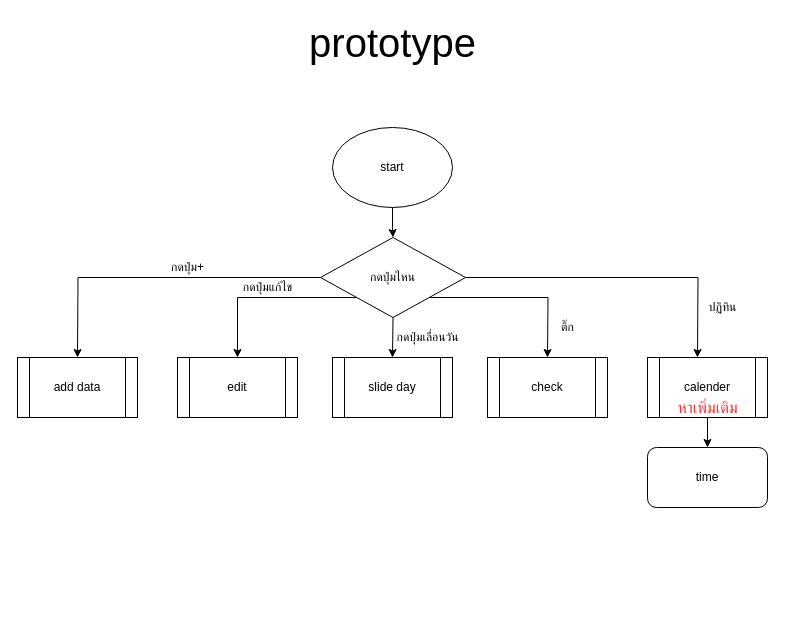
This is page "Main" (1 of 8) of prototype.drawio from Putthima/PSIT_Project_2020, a draw.io file, before an edit. Source tidied: cells renumbered, new cells numbered last; positions are measured from the earlier drawing's top-left corner, leaving out a move shared by most shapes. Both pictures are drawn from the tidied source at 100%, with x=0, y=0 at pixel (17, 17).
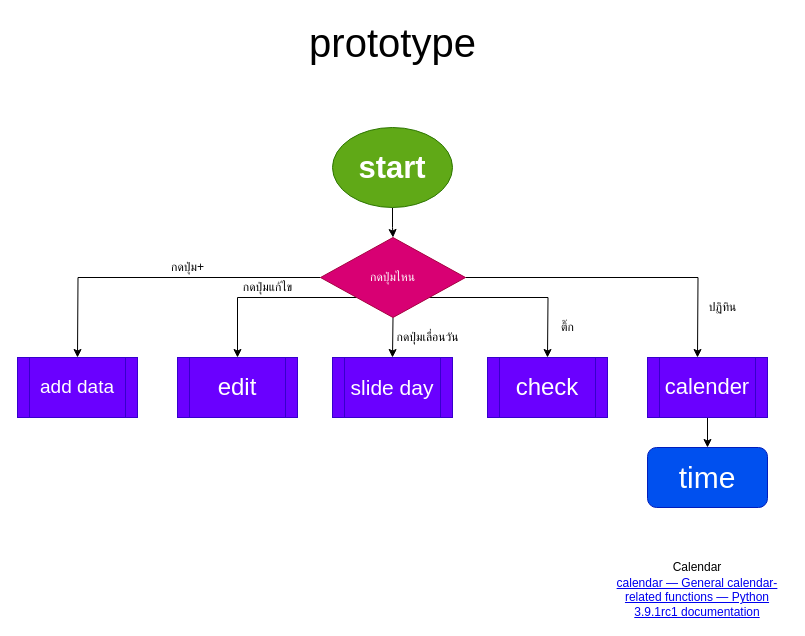
After the change.

The edit, as a diff of the source:
```diff
@@
-    <mxCell id="3" value="start" style="ellipse;whiteSpace=wrap;html=1;" parent="1" vertex="1">
+    <mxCell id="3" value="start" style="ellipse;whiteSpace=wrap;html=1;fillColor=#60a917;strokeColor=#2D7600;fontColor=#ffffff;fontSize=31;fontStyle=1;" parent="1" vertex="1">
       <mxGeometry x="315" y="110" width="120" height="80" as="geometry" />
     </mxCell>
@@
-    <mxCell id="9" value="กดปุ่มไหน" style="rhombus;whiteSpace=wrap;html=1;" parent="1" vertex="1">
+    <mxCell id="9" value="กดปุ่มไหน" style="rhombus;whiteSpace=wrap;html=1;fillColor=#d80073;strokeColor=#A50040;fontColor=#ffffff;" parent="1" vertex="1">
       <mxGeometry x="303" y="220" width="145" height="80" as="geometry" />
     </mxCell>
@@
-    <mxCell id="11" value="add data" style="shape=process;whiteSpace=wrap;html=1;backgroundOutline=1;" parent="1" vertex="1">
+    <mxCell id="11" value="&lt;font style=&quot;font-size: 19px;&quot;&gt;add data&lt;/font&gt;" style="shape=process;whiteSpace=wrap;html=1;backgroundOutline=1;fillColor=#6a00ff;strokeColor=#3700CC;fontColor=#ffffff;fontSize=19;" parent="1" vertex="1">
       <mxGeometry y="340" width="120" height="60" as="geometry" />
     </mxCell>
-    <mxCell id="12" value="edit" style="shape=process;whiteSpace=wrap;html=1;backgroundOutline=1;" parent="1" vertex="1">
+    <mxCell id="12" value="edit" style="shape=process;whiteSpace=wrap;html=1;backgroundOutline=1;fillColor=#6a00ff;strokeColor=#3700CC;fontColor=#ffffff;fontSize=24;" parent="1" vertex="1">
       <mxGeometry x="160" y="340" width="120" height="60" as="geometry" />
     </mxCell>
-    <mxCell id="13" value="slide day" style="shape=process;whiteSpace=wrap;html=1;backgroundOutline=1;" parent="1" vertex="1">
+    <mxCell id="13" value="slide day" style="shape=process;whiteSpace=wrap;html=1;backgroundOutline=1;fillColor=#6a00ff;strokeColor=#3700CC;fontColor=#ffffff;fontSize=21;" parent="1" vertex="1">
       <mxGeometry x="315" y="340" width="120" height="60" as="geometry" />
     </mxCell>
-    <mxCell id="14" value="check" style="shape=process;whiteSpace=wrap;html=1;backgroundOutline=1;" parent="1" vertex="1">
+    <mxCell id="14" value="check" style="shape=process;whiteSpace=wrap;html=1;backgroundOutline=1;fillColor=#6a00ff;strokeColor=#3700CC;fontColor=#ffffff;fontSize=24;" parent="1" vertex="1">
       <mxGeometry x="470" y="340" width="120" height="60" as="geometry" />
     </mxCell>
@@
-    <mxCell id="16" value="calender" style="shape=process;whiteSpace=wrap;html=1;backgroundOutline=1;" parent="1" vertex="1">
+    <mxCell id="16" value="calender" style="shape=process;whiteSpace=wrap;html=1;backgroundOutline=1;fillColor=#6a00ff;strokeColor=#3700CC;fontColor=#ffffff;fontSize=22;" parent="1" vertex="1">
       <mxGeometry x="630" y="340" width="120" height="60" as="geometry" />
     </mxCell>
@@
-    <mxCell id="22" value="หาเพิ่มเติม" style="text;html=1;align=center;verticalAlign=middle;fontSize=16;fontColor=#FF3333;" parent="1" vertex="1">
-      <mxGeometry x="645" y="380" width="90" height="20" as="geometry" />
-    </mxCell>
-    <mxCell id="23" value="time" style="rounded=1;whiteSpace=wrap;html=1;" parent="1" vertex="1">
+    <mxCell id="23" value="time" style="rounded=1;whiteSpace=wrap;html=1;fillColor=#0050ef;strokeColor=#001DBC;fontColor=#ffffff;fontSize=30;" parent="1" vertex="1">
       <mxGeometry x="630" y="430" width="120" height="60" as="geometry" />
     </mxCell>
+    <mxCell id="24" value="&lt;a href=&quot;https://docs.python.org/3/library/calendar.html&quot;&gt;calendar — General calendar-related functions — Python 3.9.1rc1 documentation&lt;/a&gt;" style="text;html=1;strokeColor=none;fillColor=none;align=center;verticalAlign=middle;whiteSpace=wrap;rounded=0;" parent="1" vertex="1">
+      <mxGeometry x="590" y="570" width="180" height="20" as="geometry" />
+    </mxCell>
+    <mxCell id="25" value="Calendar" style="text;html=1;strokeColor=none;fillColor=none;align=center;verticalAlign=middle;whiteSpace=wrap;rounded=0;" parent="1" vertex="1">
+      <mxGeometry x="635" y="540" width="90" height="20" as="geometry" />
+    </mxCell>
```
